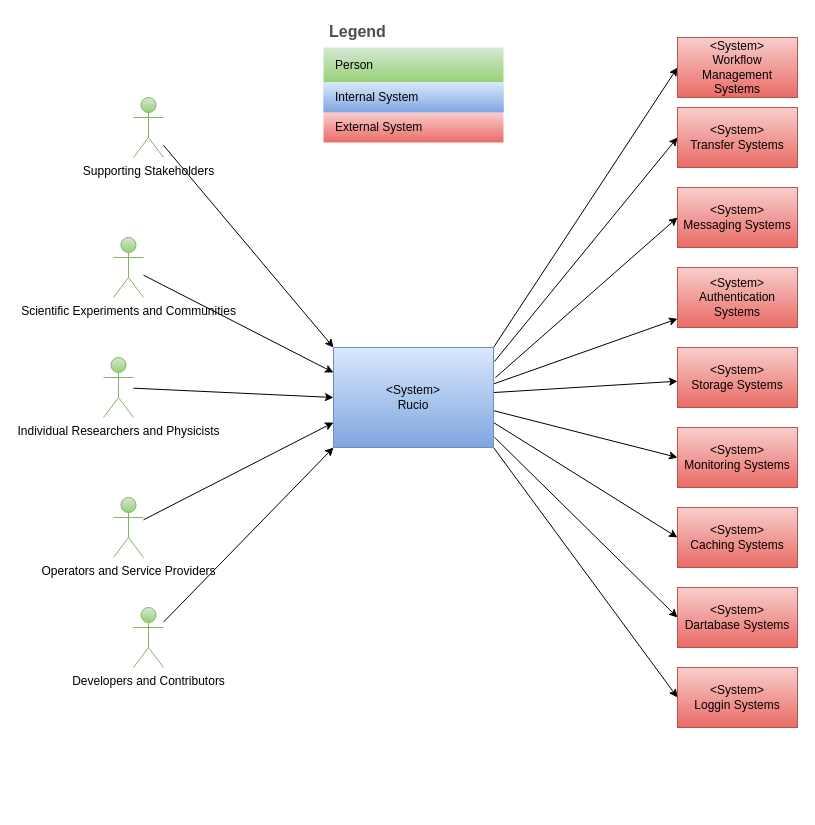
Before: diagrams/Context View.drawio in mgajek-cern/architecture-docs, a draw.io diagram. Source tidied: cells renumbered, new cells numbered last; positions are measured from the earlier drawing's top-left corner, leaving out a move shared by most shapes. Both pictures are drawn from the tidied source at 100%, with x=0, y=0 at pixel (103, 17).
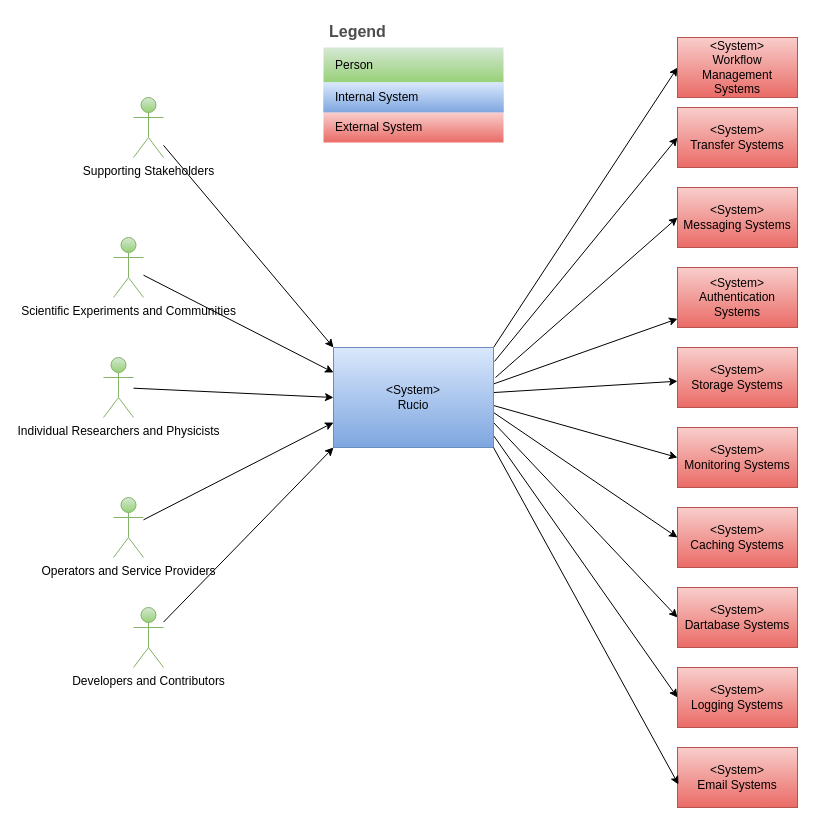
The same page after the edit.

Commit message (it also covers changes not shown here):
docs: Add external email systems in Context & Scope section

The change refers to these unchanged cells:
```xml
<mxCell id="11" value="&amp;lt;System&amp;gt;&lt;br&gt;Rucio" style="rounded=0;whiteSpace=wrap;html=1;fillColor=#dae8fc;gradientColor=#7ea6e0;strokeColor=#6c8ebf;" parent="1" vertex="1">
  <mxGeometry x="230" y="330" width="160" height="100" as="geometry" />
</mxCell>
<mxCell id="14" value="&lt;span style=&quot;color: rgb(0, 0, 0);&quot;&gt;&amp;lt;System&amp;gt;&lt;/span&gt;&lt;br&gt;Monitoring Systems" style="rounded=0;whiteSpace=wrap;html=1;fillColor=#f8cecc;gradientColor=#ea6b66;strokeColor=#b85450;" parent="1" vertex="1">
  <mxGeometry x="574" y="410" width="120" height="60" as="geometry" />
</mxCell>
<mxCell id="16" value="&lt;span style=&quot;color: rgb(0, 0, 0);&quot;&gt;&amp;lt;System&amp;gt;&lt;/span&gt;&lt;br&gt;Caching Systems" style="rounded=0;whiteSpace=wrap;html=1;fillColor=#f8cecc;gradientColor=#ea6b66;strokeColor=#b85450;" parent="1" vertex="1">
  <mxGeometry x="574" y="490" width="120" height="60" as="geometry" />
</mxCell>
<mxCell id="34" value="&lt;span style=&quot;color: rgb(0, 0, 0);&quot;&gt;&amp;lt;System&amp;gt;&lt;/span&gt;&lt;br&gt;Dartabase Systems" style="rounded=0;whiteSpace=wrap;html=1;fillColor=#f8cecc;gradientColor=#ea6b66;strokeColor=#b85450;" parent="1" vertex="1">
  <mxGeometry x="574" y="570" width="120" height="60" as="geometry" />
</mxCell>
```

Diff of the diagram source:
```diff
@@
-    <mxCell id="5" style="rounded=0;jettySize=auto;html=1;entryX=0;entryY=0.5;entryDx=0;entryDy=0;exitX=0.999;exitY=0.631;exitDx=0;exitDy=0;exitPerimeter=0;" parent="1" edge="1" source="11" target="14">
+    <mxCell id="5" style="rounded=0;jettySize=auto;html=1;entryX=0;entryY=0.5;entryDx=0;entryDy=0;exitX=1;exitY=0.58;exitDx=0;exitDy=0;exitPerimeter=0;" parent="1" edge="1" source="11" target="14">
       <mxGeometry relative="1" as="geometry" />
     </mxCell>
-    <mxCell id="6" style="rounded=0;jettySize=auto;html=1;entryX=0;entryY=0.5;entryDx=0;entryDy=0;exitX=1;exitY=0.75;exitDx=0;exitDy=0;" parent="1" edge="1" source="11" target="16">
+    <mxCell id="6" style="rounded=0;jettySize=auto;html=1;entryX=0;entryY=0.5;entryDx=0;entryDy=0;exitX=1;exitY=0.65;exitDx=0;exitDy=0;exitPerimeter=0;" parent="1" edge="1" source="11" target="16">
       <mxGeometry relative="1" as="geometry" />
     </mxCell>
-    <mxCell id="7" style="edgeStyle=none;html=1;entryX=0;entryY=0.5;entryDx=0;entryDy=0;exitX=1.006;exitY=0.898;exitDx=0;exitDy=0;exitPerimeter=0;" parent="1" edge="1" source="11" target="34">
+    <mxCell id="7" style="edgeStyle=none;html=1;entryX=0;entryY=0.5;entryDx=0;entryDy=0;exitX=1;exitY=0.75;exitDx=0;exitDy=0;" parent="1" edge="1" source="11" target="34">
       <mxGeometry relative="1" as="geometry" />
     </mxCell>
@@
-    <mxCell id="9" style="edgeStyle=none;html=1;entryX=0;entryY=0.5;entryDx=0;entryDy=0;exitX=1;exitY=1;exitDx=0;exitDy=0;" parent="1" edge="1" source="11" target="36">
+    <mxCell id="9" style="edgeStyle=none;html=1;entryX=0;entryY=0.5;entryDx=0;entryDy=0;exitX=1;exitY=0.88;exitDx=0;exitDy=0;exitPerimeter=0;" parent="1" edge="1" source="11" target="36">
       <mxGeometry relative="1" as="geometry" />
     </mxCell>
@@
-    <mxCell id="36" value="&lt;span style=&quot;color: rgb(0, 0, 0);&quot;&gt;&amp;lt;System&amp;gt;&lt;/span&gt;&lt;br&gt;&lt;span style=&quot;color: rgb(0, 0, 0);&quot;&gt;Loggin Systems&lt;/span&gt;" style="rounded=0;whiteSpace=wrap;html=1;fillColor=#f8cecc;gradientColor=#ea6b66;strokeColor=#b85450;" parent="1" vertex="1">
+    <mxCell id="36" value="&lt;span style=&quot;color: rgb(0, 0, 0);&quot;&gt;&amp;lt;System&amp;gt;&lt;/span&gt;&lt;br&gt;&lt;span style=&quot;color: rgb(0, 0, 0);&quot;&gt;Logging Systems&lt;/span&gt;" style="rounded=0;whiteSpace=wrap;html=1;fillColor=#f8cecc;gradientColor=#ea6b66;strokeColor=#b85450;" parent="1" vertex="1">
       <mxGeometry x="574" y="650" width="120" height="60" as="geometry" />
     </mxCell>
@@
+    <mxCell id="38" value="&lt;span style=&quot;color: rgb(0, 0, 0);&quot;&gt;&amp;lt;System&amp;gt;&lt;/span&gt;&lt;br&gt;&lt;span style=&quot;color: rgb(0, 0, 0);&quot;&gt;Email Systems&lt;/span&gt;" style="rounded=0;whiteSpace=wrap;html=1;fillColor=#f8cecc;gradientColor=#ea6b66;strokeColor=#b85450;" parent="1" vertex="1">
+      <mxGeometry x="574" y="730" width="120" height="60" as="geometry" />
+    </mxCell>
+    <mxCell id="39" style="edgeStyle=none;html=1;entryX=0.008;entryY=0.617;entryDx=0;entryDy=0;entryPerimeter=0;exitX=1;exitY=1;exitDx=0;exitDy=0;" parent="1" edge="1" source="11" target="38">
+      <mxGeometry relative="1" as="geometry" />
+    </mxCell>
```
